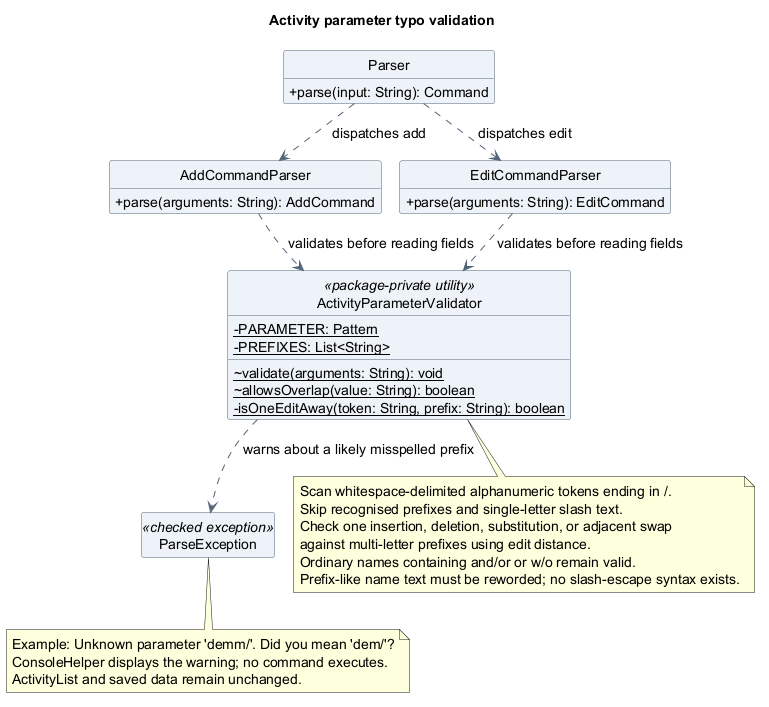
Earlier version of the PlantUML export docs/images/luke/class/ActivityParameterValidatorClassDiagram.png (AY2627S1-CS2113-T10-4/tp).
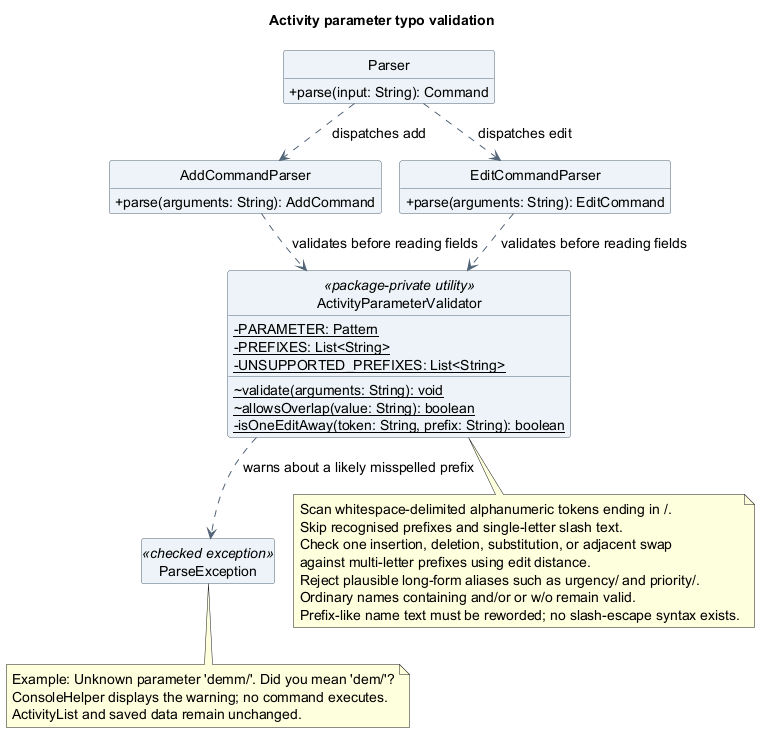
Above is the later version.

Commit message:
fix: reject unsupported parameter aliases

What changed in the source:
```diff
@@ -24,6 +24,7 @@
 class ActivityParameterValidator <<package-private utility>> {
   {static} -PARAMETER: Pattern
   {static} -PREFIXES: List<String>
+  {static} -UNSUPPORTED_PREFIXES: List<String>
   {static} ~validate(arguments: String): void
   {static} ~allowsOverlap(value: String): boolean
   {static} -isOneEditAway(token: String, prefix: String): boolean
@@ -41,6 +42,7 @@
   Skip recognised prefixes and single-letter slash text.
   Check one insertion, deletion, substitution, or adjacent swap
   against multi-letter prefixes using edit distance.
+  Reject plausible long-form aliases such as urgency/ and priority/.
   Ordinary names containing and/or or w/o remain valid.
   Prefix-like name text must be reworded; no slash-escape syntax exists.
 end note
```
